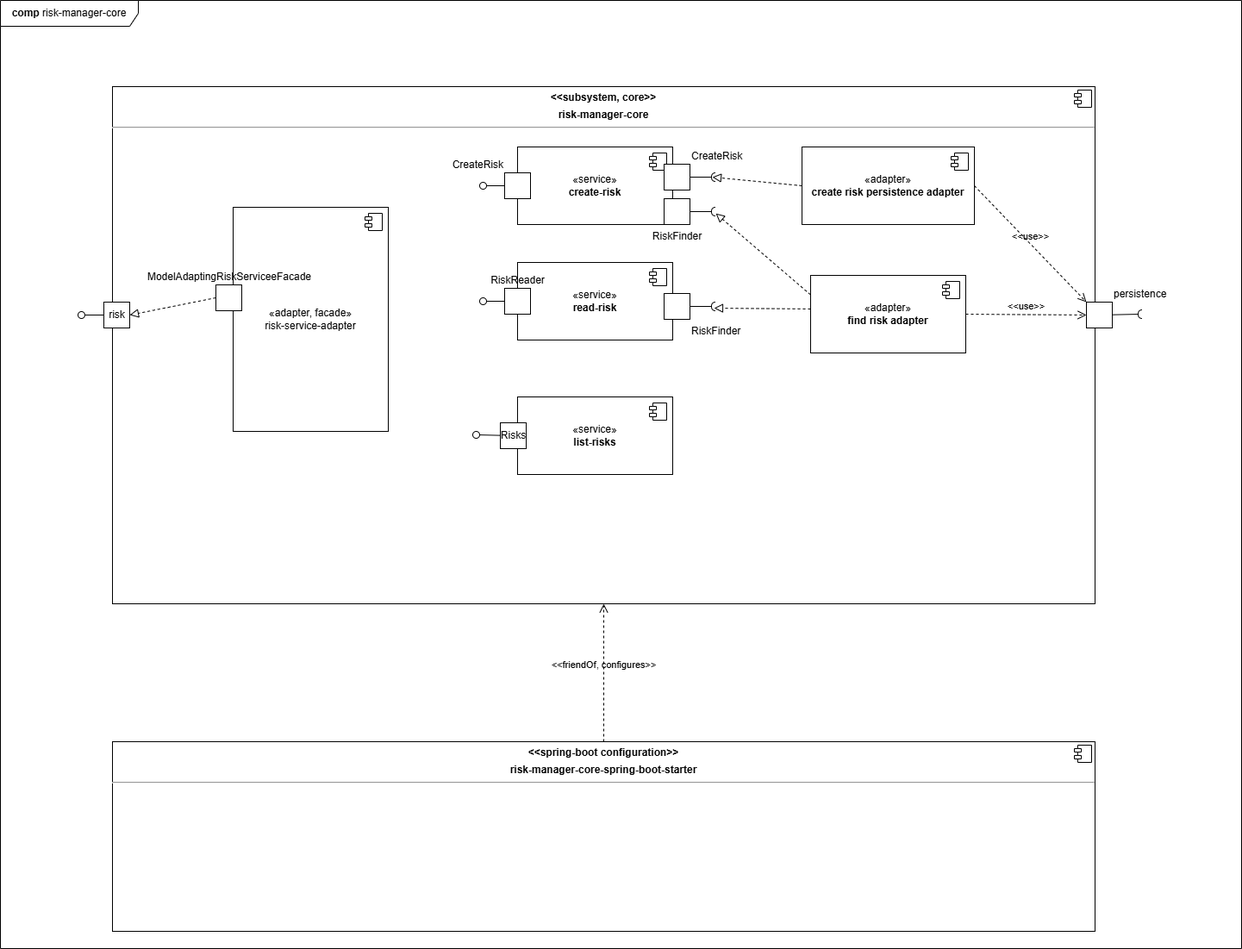
stueberm1/riskmanager keeps this draw.io diagram as documentation/arc-documentation/images/05_building_block_view/coresystem/whitebox-risk-manager-core.drawio.png. Above is the earlier version. Source tidied: cells renumbered, new cells last; positions are measured from the earlier drawing's top-left corner, leaving out a move shared by most shapes.
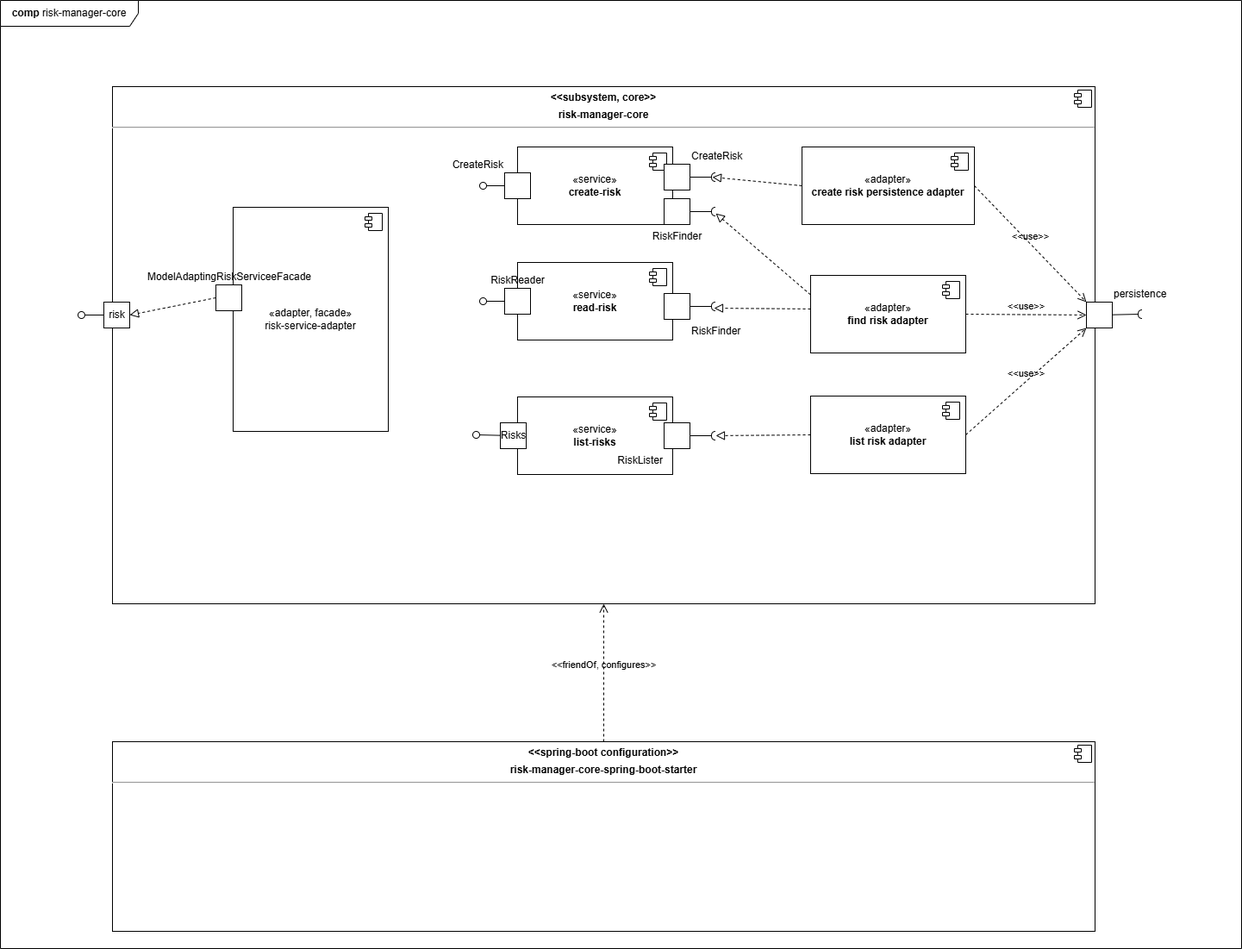
Above is the later version.

Commit message:
riskmanager-11: list all

Change to the diagram source:
```diff
@@ -165,5 +165,28 @@
     <mxCell id="50" value="&amp;lt;&amp;lt;friendOf, configures&amp;gt;&amp;gt;" style="endArrow=open;startArrow=none;endFill=0;startFill=0;endSize=8;html=1;verticalAlign=bottom;dashed=1;labelBackgroundColor=none;rounded=0;exitX=0.5;exitY=0;exitDx=0;exitDy=0;entryX=0.5;entryY=1;entryDx=0;entryDy=0;" parent="2" edge="1" source="11" target="3">
       <mxGeometry relative="1" as="geometry" />
     </mxCell>
+    <mxCell id="51" value="RiskLister" style="html=1;rounded=0;labelPosition=left;verticalLabelPosition=bottom;align=right;verticalAlign=top;" parent="2" vertex="1">
+      <mxGeometry x="770" y="490" width="30" height="30" as="geometry" />
+    </mxCell>
+    <mxCell id="52" style="endArrow=none;html=1;rounded=0;align=center;verticalAlign=top;endFill=0;labelBackgroundColor=none;endSize=2;" parent="2" edge="1" source="51" target="53">
+      <mxGeometry relative="1" as="geometry" />
+    </mxCell>
+    <mxCell id="53" style="shape=requiredInterface;html=1;fontSize=11;align=center;fillColor=none;points=[];verticalAlign=bottom;labelPosition=center;verticalLabelPosition=top;flipH=1;" parent="2" vertex="1">
+      <mxGeometry x="825" y="500" width="5" height="10" as="geometry" />
+    </mxCell>
+    <mxCell id="54" value="«adapter»&lt;br&gt;&lt;b&gt;list risk adapter&lt;/b&gt;" style="html=1;whiteSpace=wrap;" parent="2" vertex="1">
+      <mxGeometry x="940" y="459" width="180" height="90" as="geometry" />
+    </mxCell>
+    <mxCell id="55" style="shape=module;jettyWidth=8;jettyHeight=4;" parent="54" vertex="1">
+      <mxGeometry x="1" width="20" height="20" relative="1" as="geometry">
+        <mxPoint x="-27" y="7" as="offset" />
+      </mxGeometry>
+    </mxCell>
+    <mxCell id="56" style="endArrow=block;startArrow=none;endFill=0;startFill=0;endSize=8;html=1;verticalAlign=bottom;dashed=1;labelBackgroundColor=none;rounded=0;exitX=0;exitY=0.5;exitDx=0;exitDy=0;" parent="2" edge="1" source="54" target="53">
+      <mxGeometry relative="1" as="geometry" />
+    </mxCell>
+    <mxCell id="57" value="&amp;lt;&amp;lt;use&amp;gt;&amp;gt;" style="endArrow=open;startArrow=none;endFill=0;startFill=0;endSize=8;html=1;verticalAlign=bottom;dashed=1;labelBackgroundColor=none;rounded=0;exitX=1;exitY=0.5;exitDx=0;exitDy=0;entryX=0;entryY=1;entryDx=0;entryDy=0;" parent="2" edge="1" source="54" target="8">
+      <mxGeometry relative="1" as="geometry" />
+    </mxCell>
   </root>
 </mxGraphModel>
```
